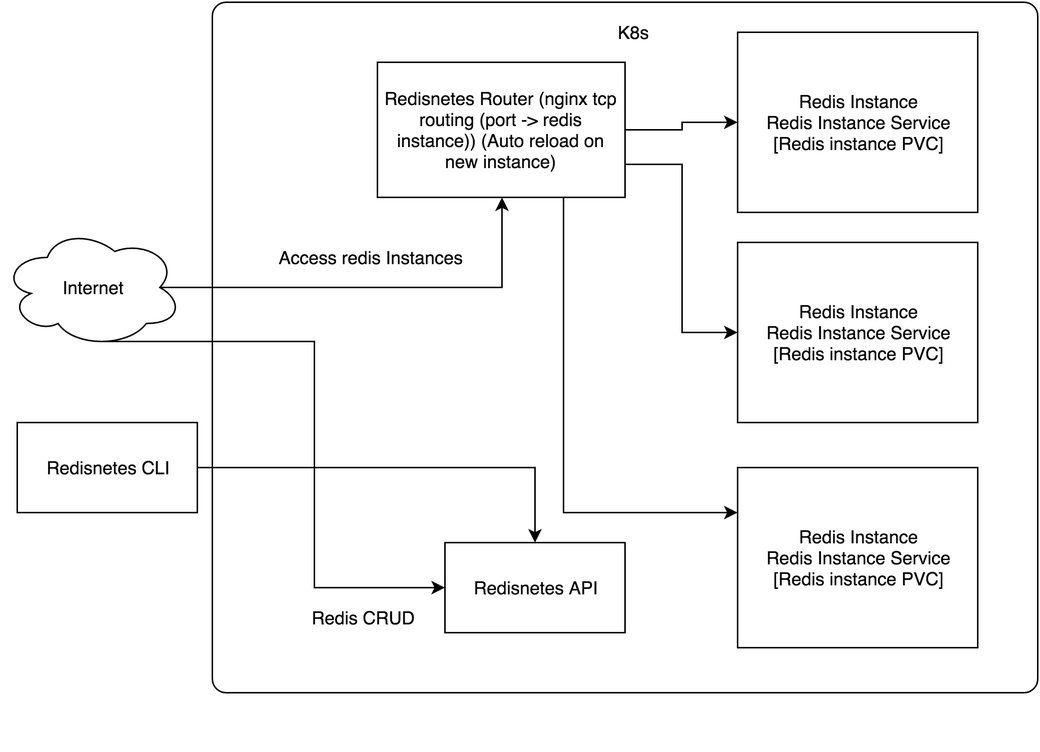
This is misc/proposal.png from felipejfc/redisnetes, a draw.io export, as it was before one commit. Source tidied: cells renumbered, new cells last; positions are measured from the earlier drawing's top-left corner, leaving out a move shared by most shapes.
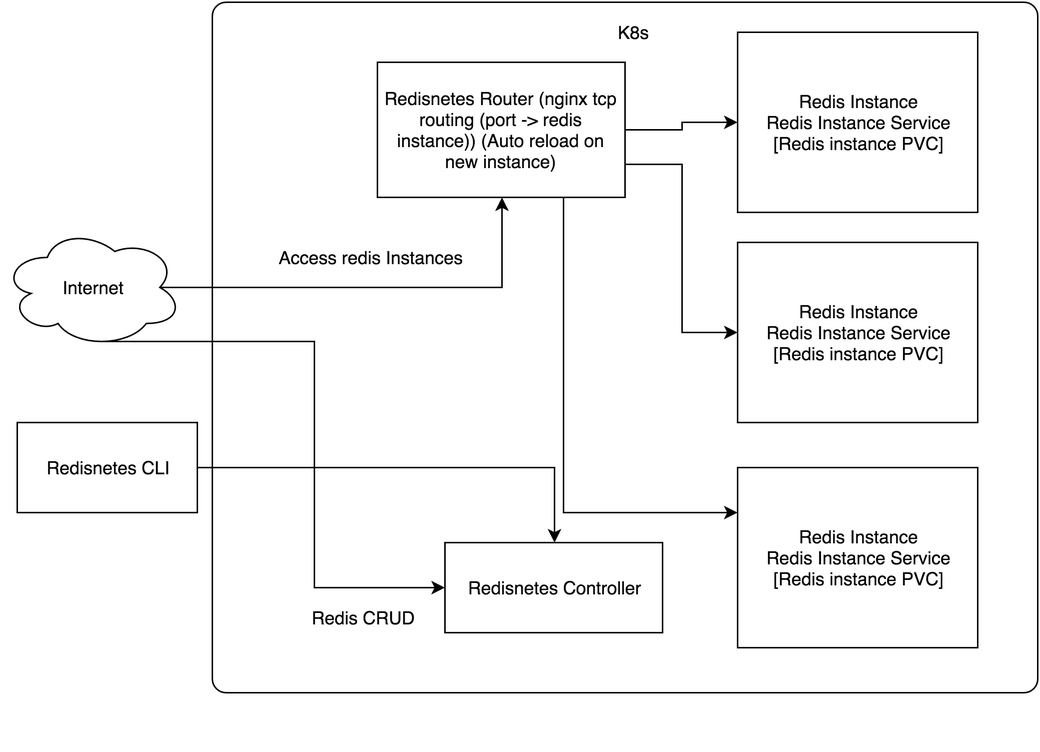
The same file after the commit.

Commit message:
update redisnetes diagram

Change to the diagram source:
```diff
@@ -5,8 +5,8 @@
     <mxCell id="2" style="rounded=1;whiteSpace=wrap;html=1;arcSize=2;" parent="1" vertex="1">
       <mxGeometry x="140" width="550" height="460" as="geometry" />
     </mxCell>
-    <mxCell id="3" value="Redisnetes API" style="whiteSpace=wrap;html=1;" parent="1" vertex="1">
-      <mxGeometry x="295" y="360" width="120" height="60" as="geometry" />
+    <mxCell id="3" value="Redisnetes Controller" style="whiteSpace=wrap;html=1;" parent="1" vertex="1">
+      <mxGeometry x="295" y="360" width="145" height="60" as="geometry" />
     </mxCell>
     <mxCell id="4" value="K8s" style="text;html=1;strokeColor=none;fillColor=none;align=center;verticalAlign=middle;whiteSpace=wrap;" parent="1" vertex="1">
       <mxGeometry x="400" y="10" width="40" height="20" as="geometry" />
```
